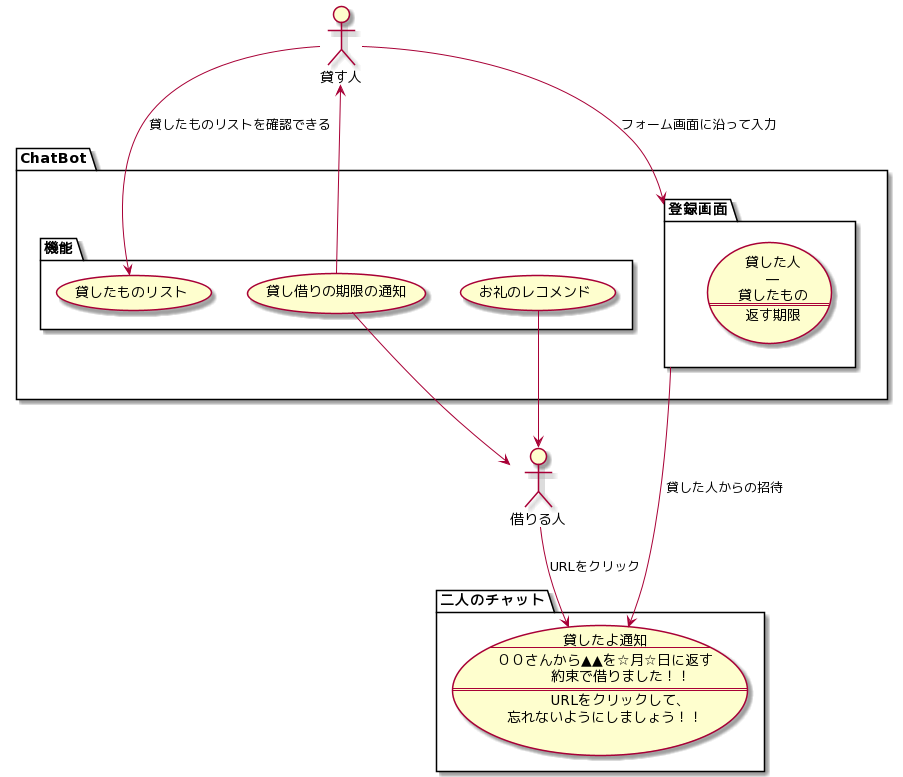
The PlantUML diagram ImageUML/usecase.png in mayu-snba19/hacku-vol4, before a commit. Its diagram source:
```plantuml
@startuml
actor 貸す人 as L
actor 借りる人 as B

package ChatBot as CB{

package 機能 as func{
	usecase 貸したものリスト as list
	usecase 貸し借りの期限の通知 as limit
	usecase お礼のレコメンド as recommend
	}


package 登録画面 as form{
	usecase UC1 as "貸した人
	—
	貸したもの
	==
	返す期限"

  }
}
package 二人のチャット as CR{
usecase UC2 as "貸したよ通知
--
００さんから▲▲を☆月☆日に返す
	約束で借りました！！
==
	URLをクリックして、
	忘れないようにしましょう！！"
}

L --> form :フォーム画面に沿って入力
L --> list : 貸したものリストを確認できる
limit --> L
limit --> B
recommend --> B
B --> UC2 :URLをクリック
form --> UC2 :貸した人からの招待
@enduml
```
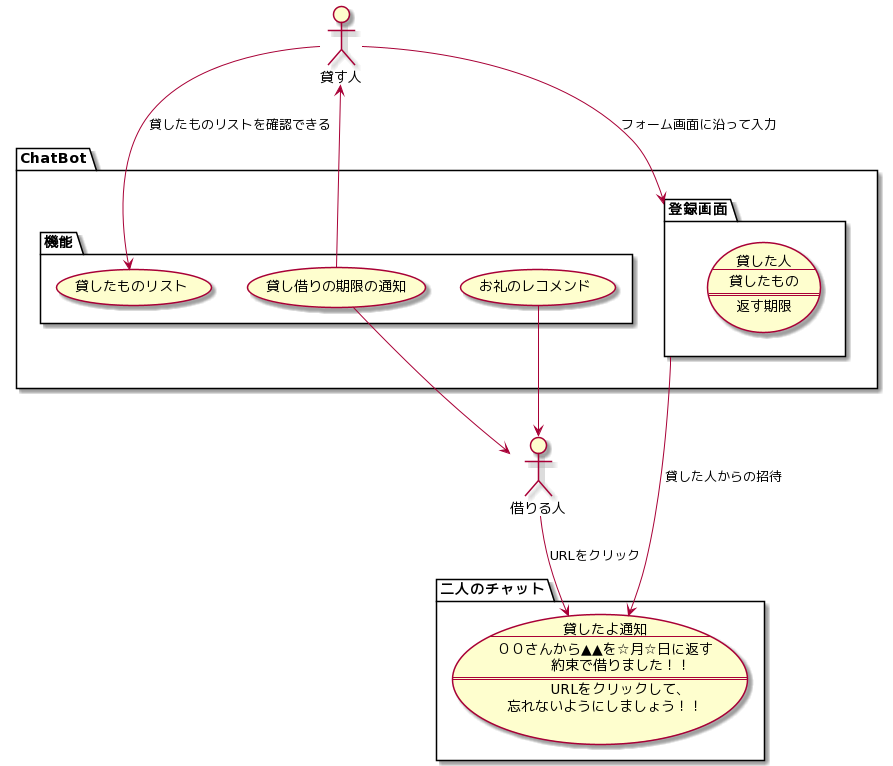
Above is the later version.

Commit message:
[edit]ユースケース図の一部に、誤りがあったので修正

What changed in the source:
```diff
@@ -13,7 +13,7 @@
 
 package 登録画面 as form{
 	usecase UC1 as "貸した人
-	—
+	--
 	貸したもの
 	==
 	返す期限"
```
